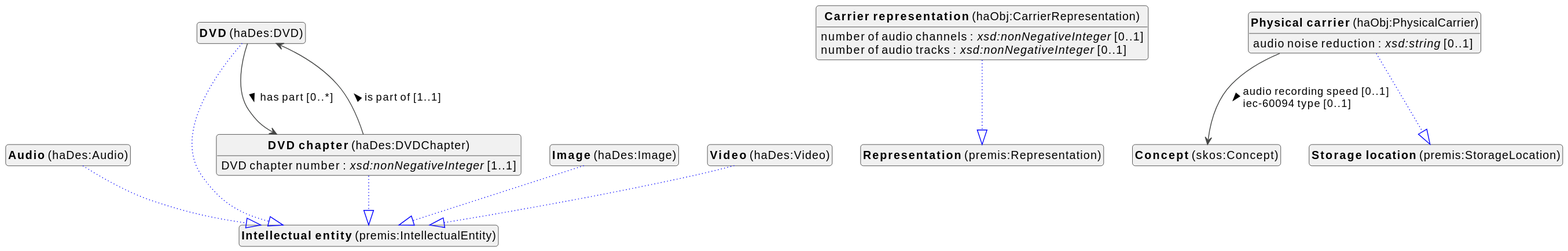
This is docs/metadata/knowledge-graph/1.0.0/audiovisual/en/audiovisual-diagram.svg from viaacode/documentation, a PlantUML export, as it was before one commit.
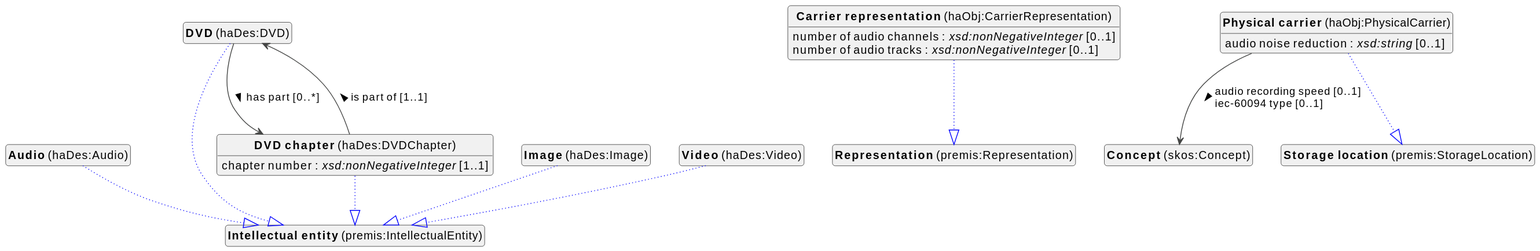
The same file after the commit.

Diff of the diagram source:
```diff
@@ -43,7 +43,7 @@
 
 haDes_DVDChapter --|> premis_IntellectualEntity #blue;line.dotted;text:blue
 
-haDes_DVDChapter : DVD chapter number : <i>xsd:nonNegativeInteger</i> [1..1]
+haDes_DVDChapter : chapter number : <i>xsd:nonNegativeInteger</i> [1..1]
 haDes_DVDChapter --> haDes_DVD :is part of [1..1]  >
 
 
```
